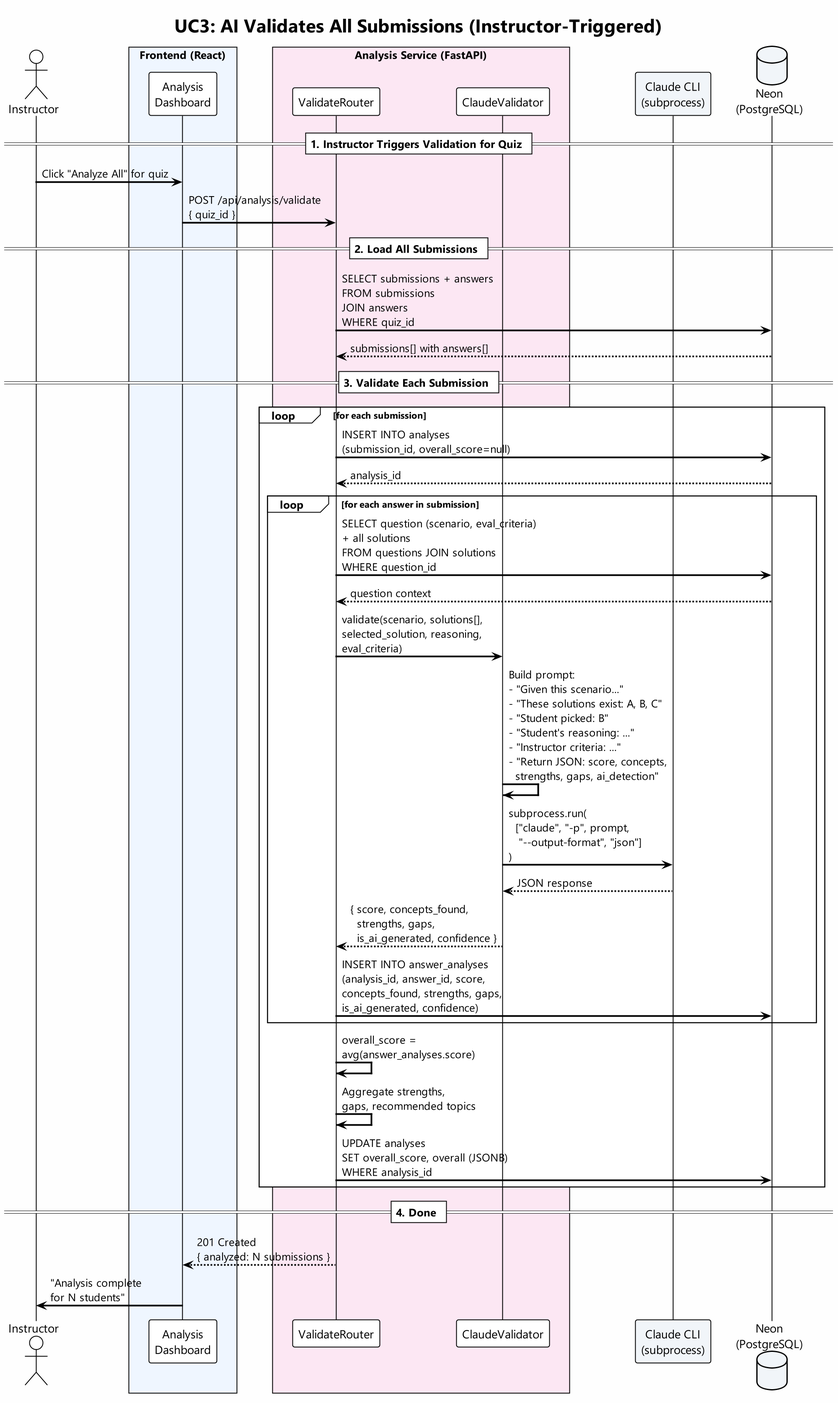
SRESamuel/ConHaccMania keeps this PlantUML diagram as docs/sequence-ai-validates.png. Above is the earlier version.
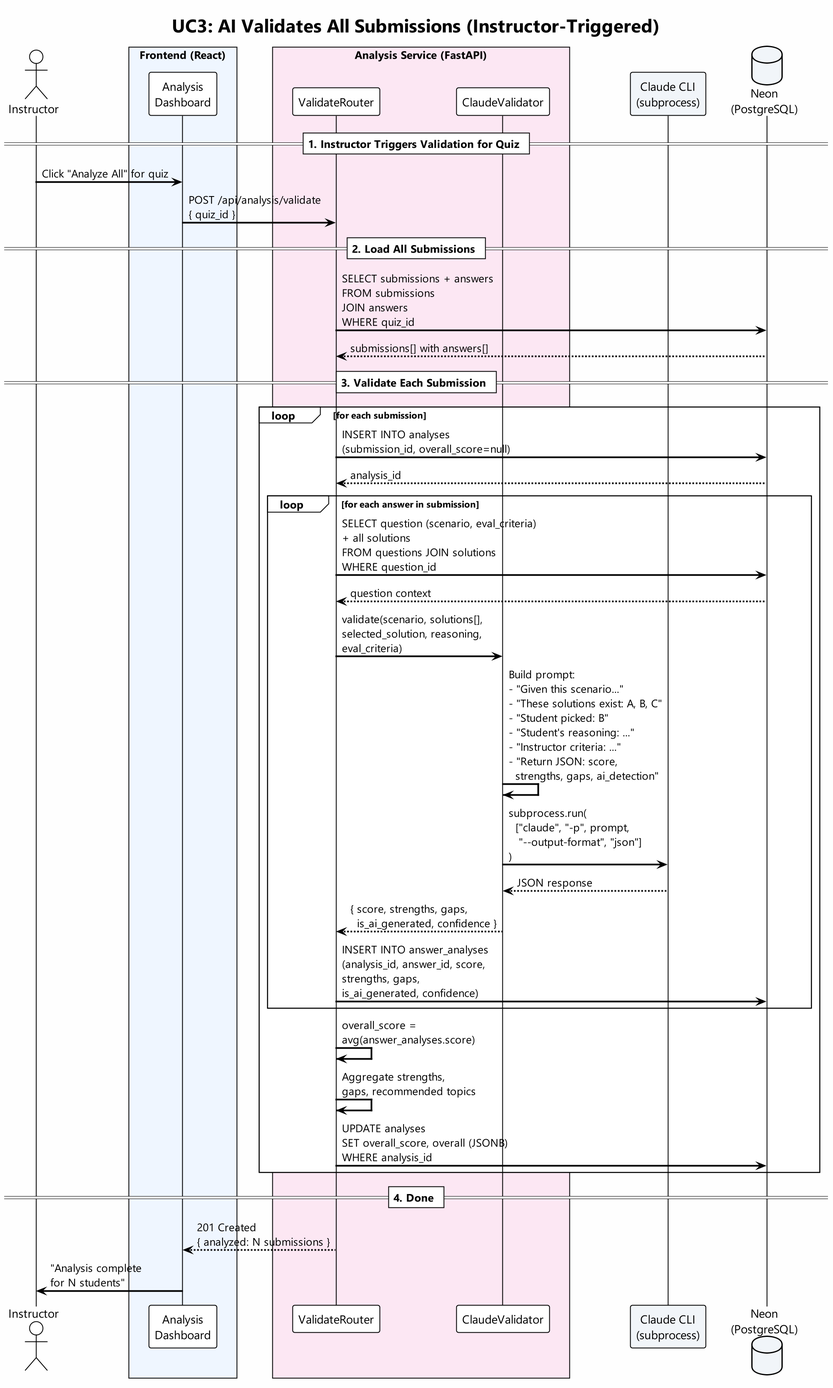
After the change.

Commit message:
docs: Add role-based filtering, drop concepts_found, optional quiz_id

Change to the diagram source:
```diff
@@ -42,11 +42,11 @@
     DB --> VR : question context
 
     VR -> CV : validate(scenario, solutions[],\nselected_solution, reasoning,\neval_criteria)
-    CV -> CV : Build prompt:\n- "Given this scenario..."\n- "These solutions exist: A, B, C"\n- "Student picked: B"\n- "Student's reasoning: ..."\n- "Instructor criteria: ..."\n- "Return JSON: score, concepts,\n  strengths, gaps, ai_detection"
+    CV -> CV : Build prompt:\n- "Given this scenario..."\n- "These solutions exist: A, B, C"\n- "Student picked: B"\n- "Student's reasoning: ..."\n- "Instructor criteria: ..."\n- "Return JSON: score,\n  strengths, gaps, ai_detection"
     CV -> CLI : subprocess.run(\n  ["claude", "-p", prompt,\n   "--output-format", "json"]\n)
     CLI --> CV : JSON response
-    CV --> VR : { score, concepts_found,\n  strengths, gaps,\n  is_ai_generated, confidence }
-    VR -> DB : INSERT INTO answer_analyses\n(analysis_id, answer_id, score,\nconcepts_found, strengths, gaps,\nis_ai_generated, confidence)
+    CV --> VR : { score, strengths, gaps,\n  is_ai_generated, confidence }
+    VR -> DB : INSERT INTO answer_analyses\n(analysis_id, answer_id, score,\nstrengths, gaps,\nis_ai_generated, confidence)
   end
 
   VR -> VR : overall_score =\navg(answer_analyses.score)
```
